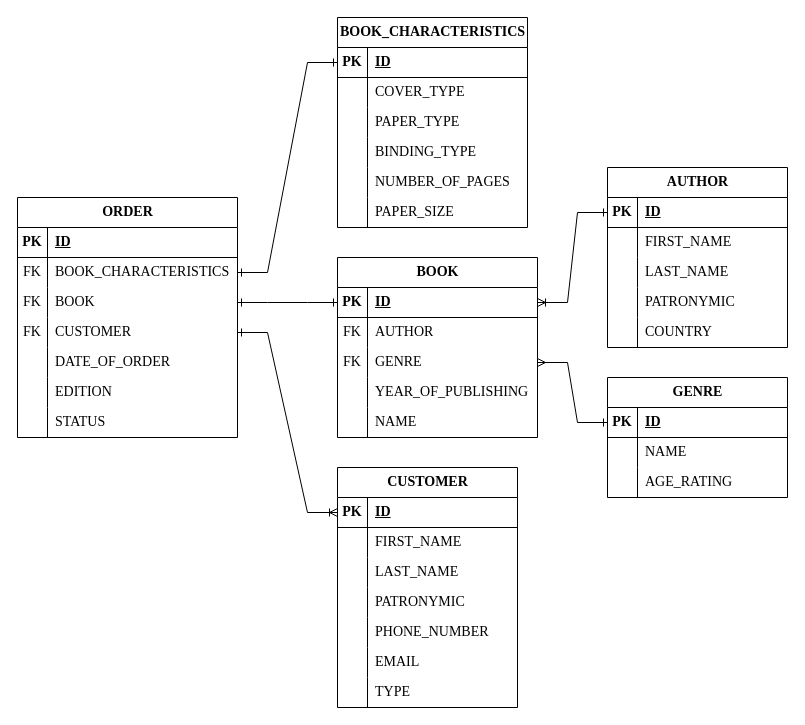
alafyte/PRBDIP-6-term keeps this draw.io diagram as Lab01/Lab01ER.drawio. Above is the earlier version. Source tidied: cells renumbered, new cells numbered last; positions are measured from the earlier drawing's top-left corner, leaving out a move shared by most shapes. Both pictures are drawn from the tidied source at 100%, with x=0, y=0 at pixel (17, 17).
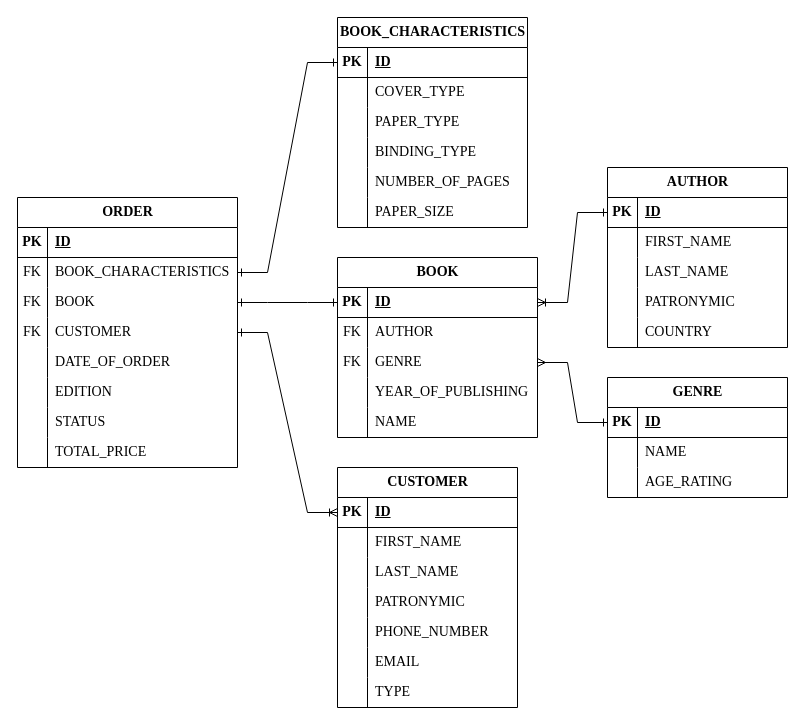
The same diagram, later.

What changed in the source:
```diff
@@
     <mxCell id="63" value="ORDER" style="shape=table;startSize=30;childLayout=tableLayout;rowLines=0;fontStyle=1;align=center;html=1;fontFamily=Times New Roman;fontSize=14;" parent="1" vertex="1">
-      <mxGeometry y="180" width="220" height="240" as="geometry" />
+      <mxGeometry y="180" width="220" height="270" as="geometry" />
     </mxCell>
@@
+    <mxCell id="112" style="shape=tableRow;horizontal=0;startSize=0;swimlaneHead=0;swimlaneBody=0;fillColor=none;top=0;left=0;right=0;bottom=0;fontFamily=Times New Roman;fontSize=14;" parent="63" vertex="1">
+      <mxGeometry y="240" width="220" height="30" as="geometry" />
+    </mxCell>
+    <mxCell id="113" style="shape=partialRectangle;fillColor=none;top=0;left=0;bottom=0;right=0;overflow=hidden;whiteSpace=wrap;html=1;fontFamily=Times New Roman;fontSize=14;" parent="112" vertex="1">
+      <mxGeometry width="30" height="30" as="geometry" />
+    </mxCell>
+    <mxCell id="114" value="TOTAL_PRICE" style="shape=partialRectangle;fillColor=none;top=0;left=0;bottom=0;right=0;align=left;spacingLeft=6;overflow=hidden;whiteSpace=wrap;html=1;fontFamily=Times New Roman;fontSize=14;" parent="112" vertex="1">
+      <mxGeometry x="30" width="190" height="30" as="geometry" />
+    </mxCell>
```
